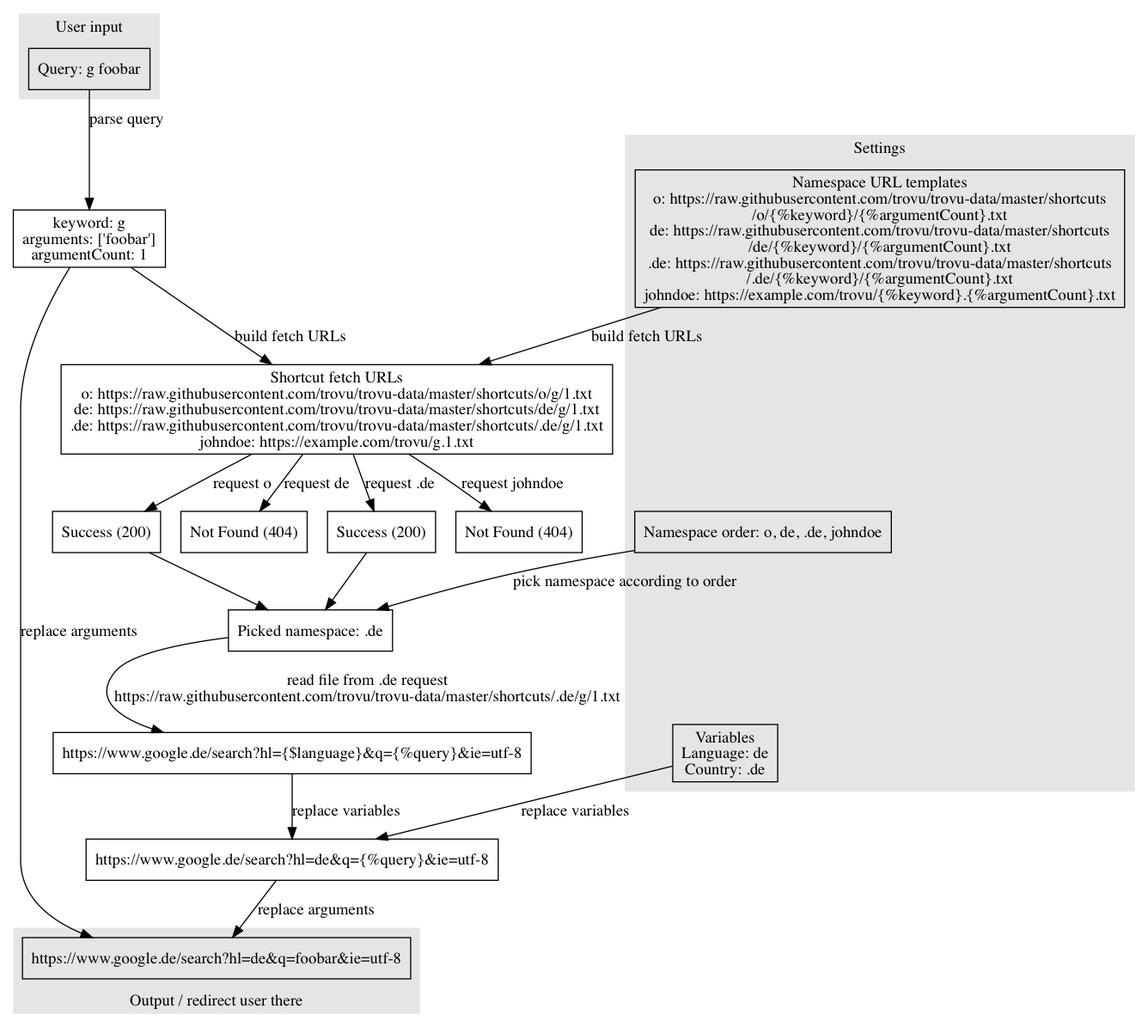
The Graphviz diagram img/process.png in trovu/trovu.github.io, before a commit. Its source is kept beside it as img/process.dot. Source of this version:
```dot
digraph {

  node [shape="rectangle"]

  subgraph cluster_input {
    label="User input";
    style=filled;
    color=gray90;
    query [label="Query: g foobar"];
  }
  subgraph cluster_settings {
    label="Settings";
    style=filled;
    color=gray90;
    namespaceUrlTemplates -> namespaceOrder [style="invis"];
    namespaceOrder ->  variables [style="invis"];
    variables [label="Variables\nLanguage: de\nCountry: .de"]
    namespaceOrder [label="Namespace order: o, de, .de, johndoe"];
    namespaceUrlTemplates [label="Namespace URL templates
o: https://raw.githubusercontent.com/trovu/trovu-data/master/shortcuts\n/o/{%keyword}/{%argumentCount}.txt
de: https://raw.githubusercontent.com/trovu/trovu-data/master/shortcuts\n/de/{%keyword}/{%argumentCount}.txt
.de: https://raw.githubusercontent.com/trovu/trovu-data/master/shortcuts\n/.de/{%keyword}/{%argumentCount}.txt
johndoe: https://example.com/trovu/{%keyword}.{%argumentCount}.txt
"];
  }
  subgraph cluster_output {
    label="Output / redirect user there";
    labelloc=b;
    style=filled;
    color=gray90;
    redirectUrlReplacedArguments[label="https://www.google.de/search?hl=de&q=foobar&ie=utf-8"]
  }

  parsedQuery [label="keyword: g\narguments: ['foobar']\nargumentCount: 1"];
  shortcutFetchUrls [label="Shortcut fetch URLs
o: https://raw.githubusercontent.com/trovu/trovu-data/master/shortcuts/o/g/1.txt
de: https://raw.githubusercontent.com/trovu/trovu-data/master/shortcuts/de/g/1.txt
.de: https://raw.githubusercontent.com/trovu/trovu-data/master/shortcuts/.de/g/1.txt
johndoe: https://example.com/trovu/g.1.txt
"];

  responseO [label="Success (200)"];
  responseDe [label="Not Found (404)"];
  responseDotDe [label="Success (200)"];
  responseJohnDoe [label="Not Found (404)"];
  redirectUrlDotDe [label="https://www.google.de/search?hl={$language}&q={%query}&ie=utf-8"];
  query->parsedQuery [label="parse query"];
  parsedQuery->shortcutFetchUrls [label="build fetch URLs"];
  namespaceUrlTemplates->shortcutFetchUrls [label="build fetch URLs"];
  shortcutFetchUrls -> responseO [label="request o"];
  shortcutFetchUrls -> responseDe [label="request de"];
  shortcutFetchUrls -> responseDotDe [label="request .de"];
  shortcutFetchUrls -> responseJohnDoe [label="request johndoe"];
  responseO -> pickedNamespace;
  responseDotDe -> pickedNamespace;
  namespaceOrder -> pickedNamespace [label="pick namespace according to order"];
  pickedNamespace [label="Picked namespace: .de"]
  pickedNamespace -> redirectUrlDotDe [label="read file from .de request\nhttps://raw.githubusercontent.com/trovu/trovu-data/master/shortcuts/.de/g/1.txt"];
  redirectUrlReplacedVariables[label="https://www.google.de/search?hl=de&q={%query}&ie=utf-8"]
  redirectUrlDotDe -> redirectUrlReplacedVariables [label="replace variables"];
  variables -> redirectUrlReplacedVariables [label="replace variables"];
  parsedQuery -> redirectUrlReplacedArguments [label="replace arguments"];
  redirectUrlReplacedVariables -> redirectUrlReplacedArguments [label="replace arguments"];
}
```
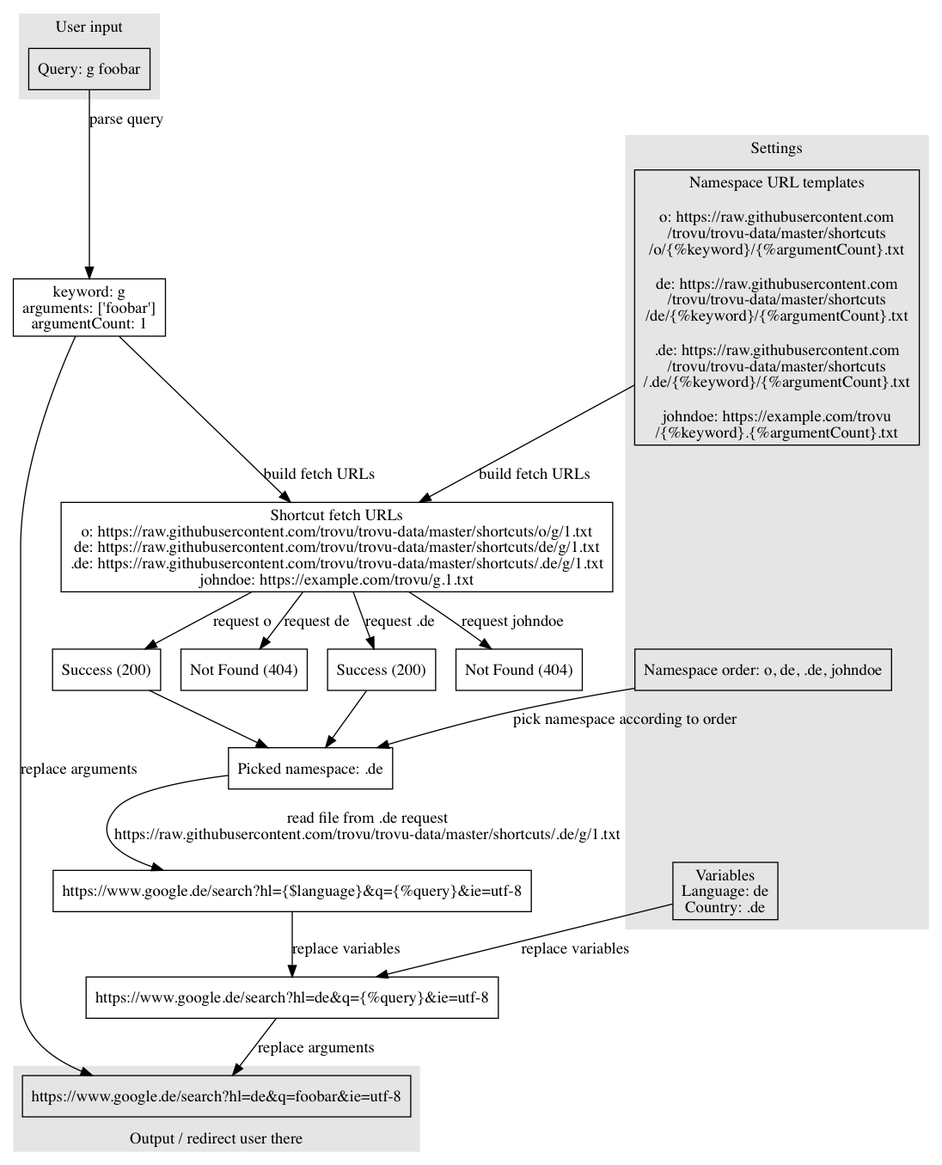
The same file after the commit.

What changed in the source:
```diff
@@ -17,10 +17,21 @@
     variables [label="Variables\nLanguage: de\nCountry: .de"]
     namespaceOrder [label="Namespace order: o, de, .de, johndoe"];
     namespaceUrlTemplates [label="Namespace URL templates
-o: https://raw.githubusercontent.com/trovu/trovu-data/master/shortcuts\n/o/{%keyword}/{%argumentCount}.txt
-de: https://raw.githubusercontent.com/trovu/trovu-data/master/shortcuts\n/de/{%keyword}/{%argumentCount}.txt
-.de: https://raw.githubusercontent.com/trovu/trovu-data/master/shortcuts\n/.de/{%keyword}/{%argumentCount}.txt
-johndoe: https://example.com/trovu/{%keyword}.{%argumentCount}.txt
+
+o: https://raw.githubusercontent.com
+/trovu/trovu-data/master/shortcuts
+/o/{%keyword}/{%argumentCount}.txt
+
+de: https://raw.githubusercontent.com
+/trovu/trovu-data/master/shortcuts
+/de/{%keyword}/{%argumentCount}.txt
+
+.de: https://raw.githubusercontent.com
+/trovu/trovu-data/master/shortcuts
+/.de/{%keyword}/{%argumentCount}.txt
+
+johndoe: https://example.com/trovu
+/{%keyword}.{%argumentCount}.txt
 "];
   }
   subgraph cluster_output {
```
